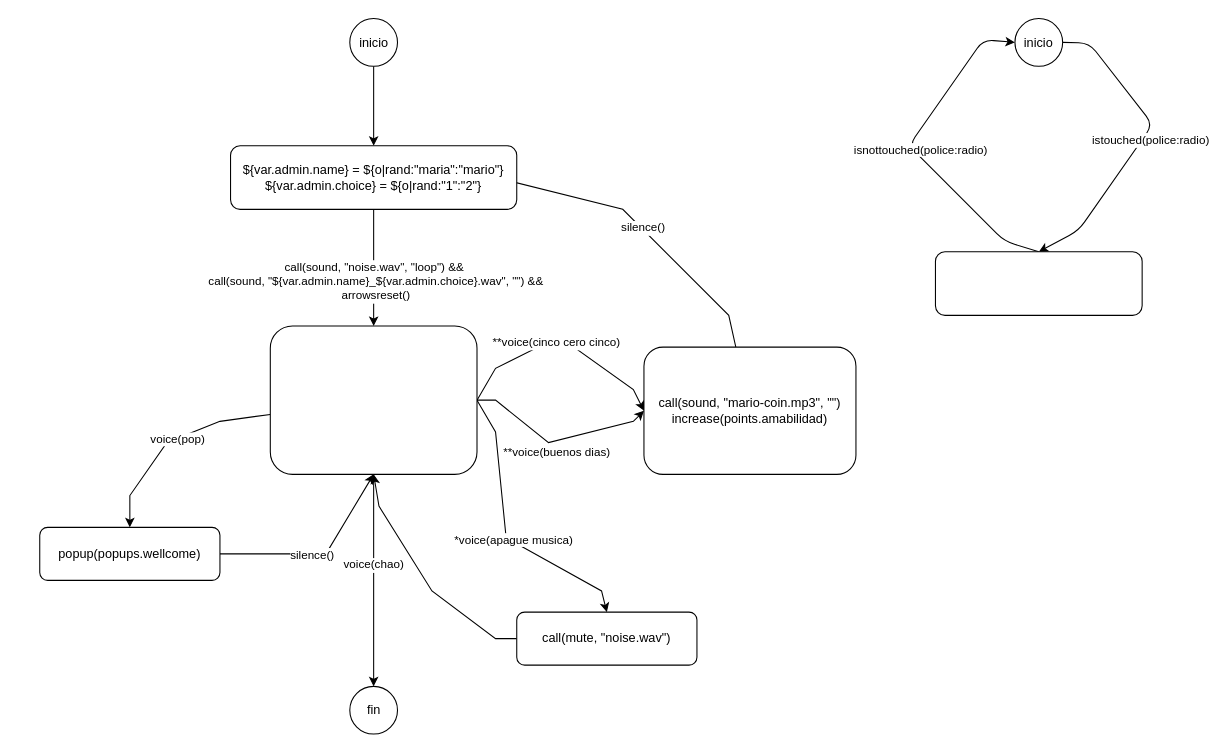
The draw.io diagram data/ue/scenes/caso1.drawio in ejfdelgado/ejflab, before the edit. Source tidied: cells renumbered, new cells numbered last; positions are measured from the earlier drawing's top-left corner, leaving out a move shared by most shapes. Both pictures are drawn from the tidied source at 106%, with x=0, y=0 at pixel (39, 18).
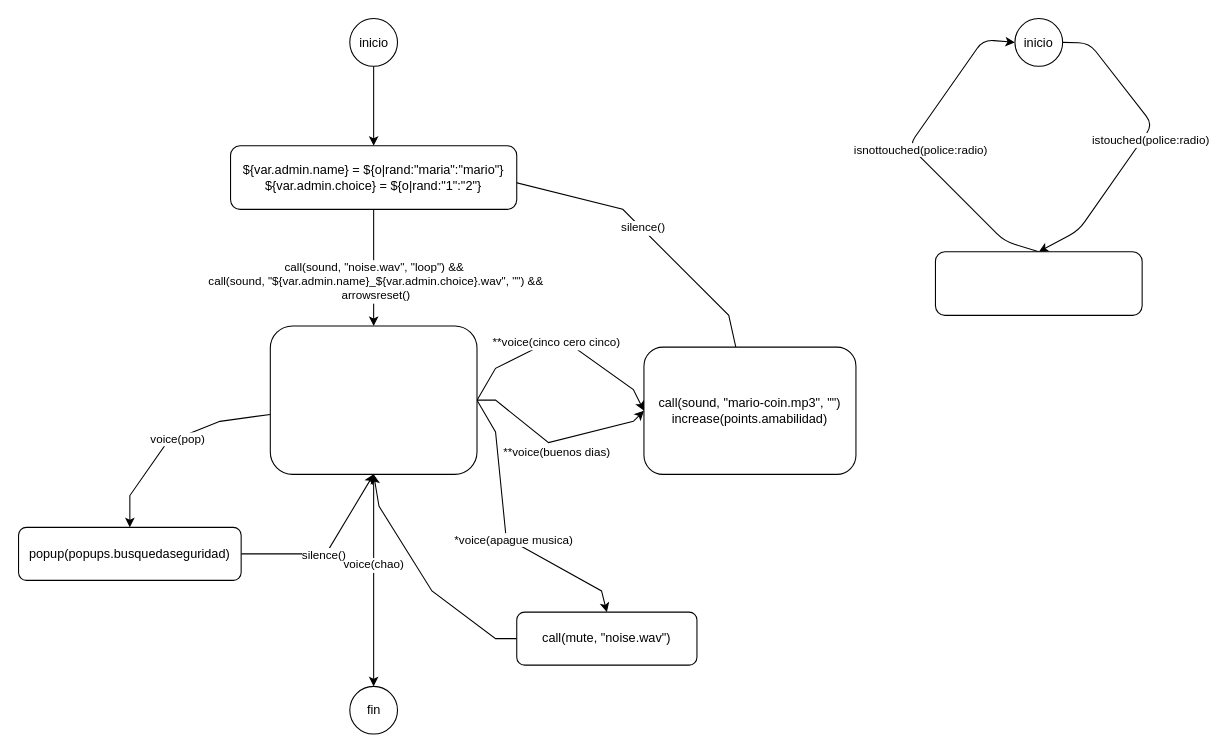
The same page after the edit.

Commit message (it also covers changes not shown here):
Se desarrolla popup de asignación de variable

Diff of the diagram source:
```diff
@@
-    <mxCell id="33" value="popup(popups.wellcome)" style="rounded=1;whiteSpace=wrap;" parent="1" vertex="1">
-      <mxGeometry y="480" width="170" height="50" as="geometry" />
+    <mxCell id="33" value="popup(popups.busquedaseguridad)" style="rounded=1;whiteSpace=wrap;" parent="1" vertex="1">
+      <mxGeometry x="-20" y="480" width="210" height="50" as="geometry" />
     </mxCell>
```
